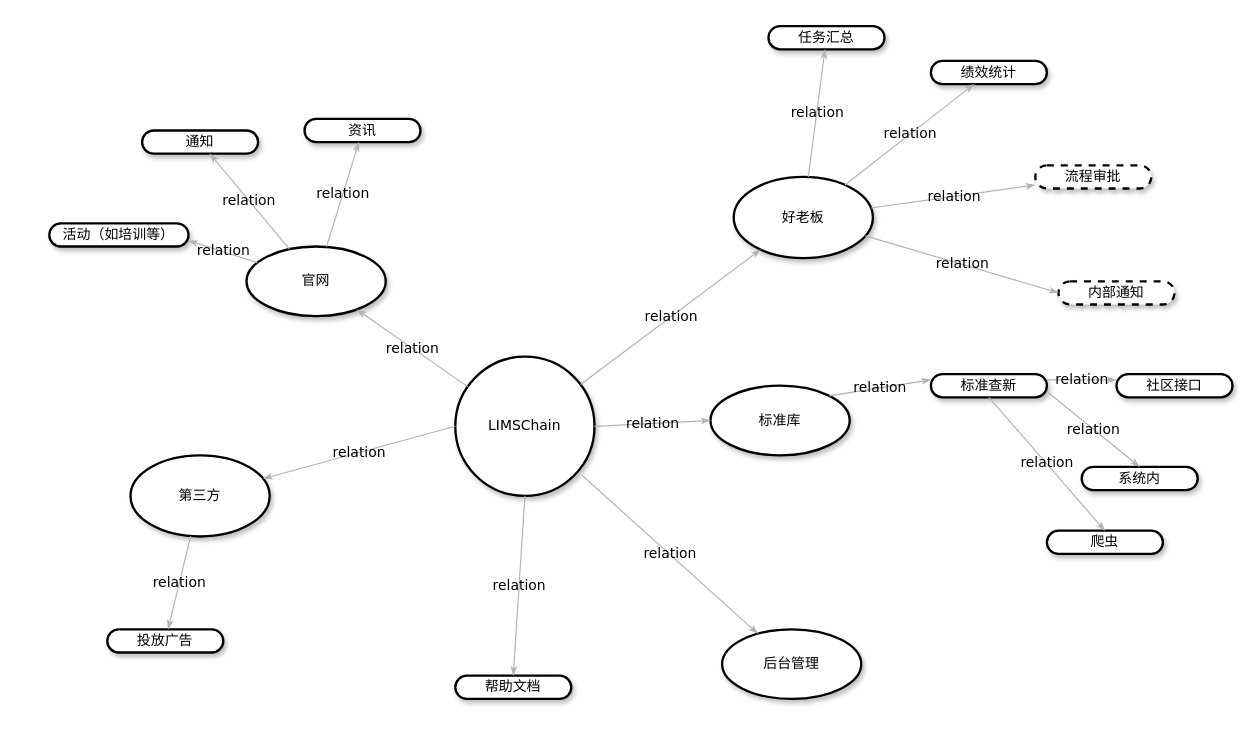
cnTailor/draw keeps this draw.io diagram as Untitled Diagram.drawio. Above is the earlier version. Source tidied: cells renumbered, new cells numbered last; positions are measured from the earlier drawing's top-left corner, leaving out a move shared by most shapes. Both pictures are drawn from the tidied source at 116%, with x=0, y=0 at pixel (49, 26).
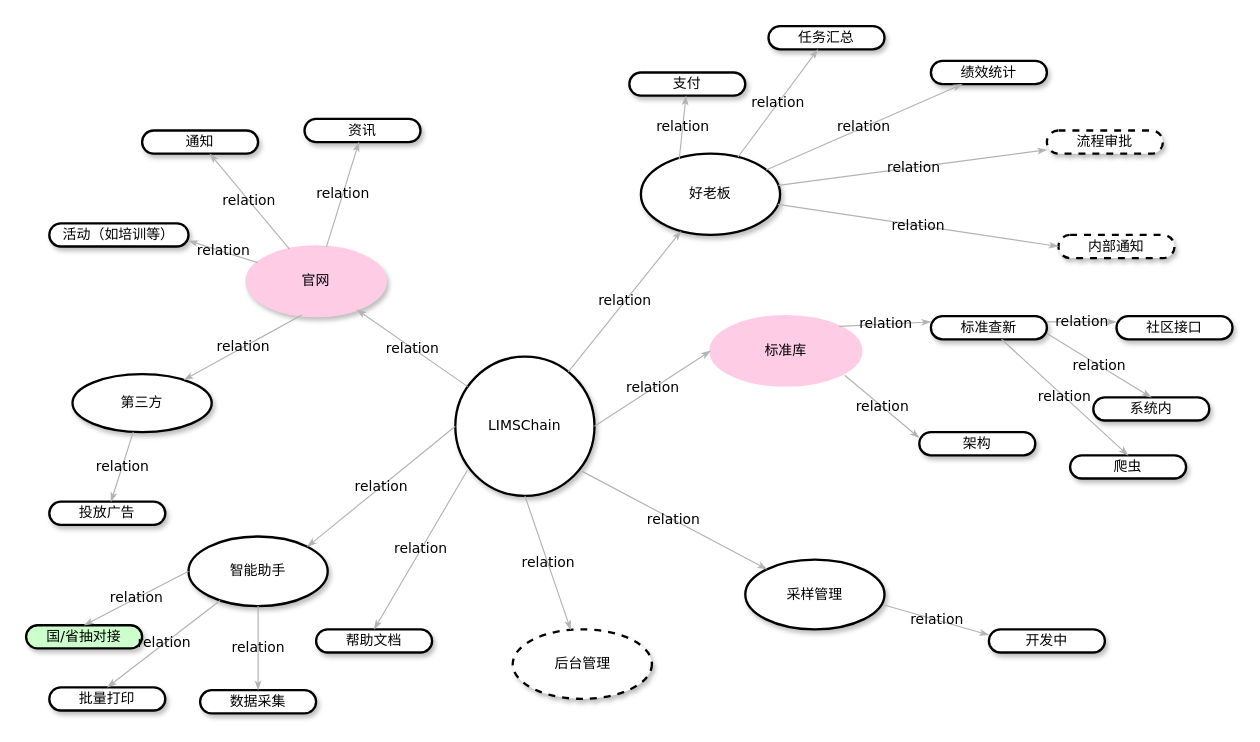
Above is the later version.

The change refers to these unchanged cells:
```xml
<mxCell id="5" value="LIMSChain" style="ellipse;whiteSpace=wrap;html=1;rounded=1;shadow=1;comic=0;labelBackgroundColor=none;strokeColor=#000000;strokeWidth=2;fillColor=#FFFFFF;fontFamily=Verdana;fontSize=12;fontColor=#000000;align=center;" parent="1" vertex="1">
  <mxGeometry x="350" y="285" width="120" height="120" as="geometry" />
</mxCell>
```

What changed in the source:
```diff
@@
-    <mxCell id="3" value="官网" style="ellipse;whiteSpace=wrap;html=1;rounded=1;shadow=1;comic=0;labelBackgroundColor=none;strokeColor=#000000;strokeWidth=2;fillColor=#FFFFFF;fontFamily=Verdana;fontSize=12;fontColor=#000000;align=center;" parent="1" vertex="1">
+    <mxCell id="3" value="官网" style="ellipse;whiteSpace=wrap;html=1;rounded=1;shadow=1;comic=0;labelBackgroundColor=none;strokeColor=#FFCCE6;strokeWidth=2;fillColor=#FFCCE6;fontFamily=Verdana;fontSize=12;fontColor=#000000;align=center;" parent="1" vertex="1">
       <mxGeometry x="170" y="190" width="120" height="60" as="geometry" />
     </mxCell>
     <mxCell id="4" value="&lt;span&gt;好老板&lt;/span&gt;" style="ellipse;whiteSpace=wrap;html=1;rounded=1;shadow=1;comic=0;labelBackgroundColor=none;strokeColor=#000000;strokeWidth=2;fillColor=#FFFFFF;fontFamily=Verdana;fontSize=12;fontColor=#000000;align=center;" parent="1" vertex="1">
-      <mxGeometry x="590" y="130" width="120" height="70" as="geometry" />
+      <mxGeometry x="510" y="110" width="120" height="70" as="geometry" />
     </mxCell>
@@
-    <mxCell id="6" value="标准库" style="ellipse;whiteSpace=wrap;html=1;rounded=1;shadow=1;comic=0;labelBackgroundColor=none;strokeColor=#000000;strokeWidth=2;fillColor=#FFFFFF;fontFamily=Verdana;fontSize=12;fontColor=#000000;align=center;" parent="1" vertex="1">
-      <mxGeometry x="570" y="310" width="120" height="60" as="geometry" />
+    <mxCell id="6" value="标准库" style="ellipse;whiteSpace=wrap;html=1;rounded=1;shadow=0;comic=0;labelBackgroundColor=none;strokeColor=#FFCCE6;strokeWidth=2;fillColor=#FFCCE6;fontFamily=Verdana;fontSize=12;fontColor=#000000;align=center;" parent="1" vertex="1">
+      <mxGeometry x="570" y="250" width="130" height="60" as="geometry" />
     </mxCell>
-    <mxCell id="7" value="后台管理" style="ellipse;whiteSpace=wrap;html=1;rounded=1;shadow=1;comic=0;labelBackgroundColor=none;strokeColor=#000000;strokeWidth=2;fillColor=#FFFFFF;fontFamily=Verdana;fontSize=12;fontColor=#000000;align=center;" parent="1" vertex="1">
-      <mxGeometry x="580" y="520" width="120" height="60" as="geometry" />
+    <mxCell id="7" value="后台管理" style="ellipse;whiteSpace=wrap;html=1;rounded=1;shadow=1;comic=0;labelBackgroundColor=none;strokeColor=#000000;strokeWidth=2;fillColor=#FFFFFF;fontFamily=Verdana;fontSize=12;fontColor=#000000;align=center;dashed=1;" parent="1" vertex="1">
+      <mxGeometry x="399.5" y="520" width="120" height="60" as="geometry" />
     </mxCell>
     <mxCell id="8" value="第三方" style="ellipse;whiteSpace=wrap;html=1;rounded=1;shadow=1;comic=0;labelBackgroundColor=none;strokeColor=#000000;strokeWidth=2;fillColor=#FFFFFF;fontFamily=Verdana;fontSize=12;fontColor=#000000;align=center;" parent="1" vertex="1">
-      <mxGeometry x="70" y="370" width="120" height="70" as="geometry" />
+      <mxGeometry x="20" y="300" width="120" height="50" as="geometry" />
     </mxCell>
@@
     <mxCell id="12" value="&lt;span&gt;流程审批&lt;/span&gt;" style="whiteSpace=wrap;html=1;rounded=1;shadow=1;comic=0;labelBackgroundColor=none;strokeColor=#000000;strokeWidth=2;fillColor=#FFFFFF;fontFamily=Verdana;fontSize=12;fontColor=#000000;align=center;arcSize=50;dashed=1;" parent="1" vertex="1">
-      <mxGeometry x="850" y="120" width="100" height="20" as="geometry" />
+      <mxGeometry x="860" y="90" width="100" height="20" as="geometry" />
     </mxCell>
     <mxCell id="13" value="内部通知" style="whiteSpace=wrap;html=1;rounded=1;shadow=1;comic=0;labelBackgroundColor=none;strokeColor=#000000;strokeWidth=2;fillColor=#FFFFFF;fontFamily=Verdana;fontSize=12;fontColor=#000000;align=center;arcSize=50;dashed=1;" parent="1" vertex="1">
-      <mxGeometry x="870" y="220" width="100" height="20" as="geometry" />
+      <mxGeometry x="870" y="180" width="100" height="20" as="geometry" />
     </mxCell>
@@
-    <mxCell id="18" value="relation" style="edgeStyle=none;rounded=1;html=1;labelBackgroundColor=none;startArrow=none;startFill=0;startSize=5;endArrow=classicThin;endFill=1;endSize=5;jettySize=auto;strokeColor=#B3B3B3;strokeWidth=1;fontFamily=Verdana;fontSize=12;fontColor=#000000;exitX=0;exitY=0.5;exitDx=0;exitDy=0;" parent="1" edge="1" source="5" target="8">
+    <mxCell id="18" value="relation" style="edgeStyle=none;rounded=1;html=1;labelBackgroundColor=none;startArrow=none;startFill=0;startSize=5;endArrow=classicThin;endFill=1;endSize=5;jettySize=auto;strokeColor=#B3B3B3;strokeWidth=1;fontFamily=Verdana;fontSize=12;fontColor=#000000;exitX=0.397;exitY=0.983;exitDx=0;exitDy=0;exitPerimeter=0;" parent="1" edge="1" source="3" target="8">
       <mxGeometry relative="1" as="geometry" />
     </mxCell>
@@
     <mxCell id="24" value="&lt;span&gt;投放广告&lt;/span&gt;" style="whiteSpace=wrap;html=1;rounded=1;shadow=1;comic=0;labelBackgroundColor=none;strokeColor=#000000;strokeWidth=2;fillColor=#FFFFFF;fontFamily=Verdana;fontSize=12;fontColor=#000000;align=center;arcSize=50;" parent="1" vertex="1">
-      <mxGeometry x="50" y="520" width="100" height="20" as="geometry" />
+      <mxGeometry y="410" width="100" height="20" as="geometry" />
     </mxCell>
@@
-    <mxCell id="28" value="relation" style="edgeStyle=none;rounded=1;html=1;labelBackgroundColor=none;startArrow=none;startFill=0;startSize=5;endArrow=classicThin;endFill=1;endSize=5;jettySize=auto;strokeColor=#B3B3B3;strokeWidth=1;fontFamily=Verdana;fontSize=12;fontColor=#000000;exitX=0.908;exitY=0.85;exitDx=0;exitDy=0;exitPerimeter=0;" parent="1" edge="1" source="5" target="7">
+    <mxCell id="28" value="relation" style="edgeStyle=none;rounded=1;html=1;labelBackgroundColor=none;startArrow=none;startFill=0;startSize=5;endArrow=classicThin;endFill=1;endSize=5;jettySize=auto;strokeColor=#B3B3B3;strokeWidth=1;fontFamily=Verdana;fontSize=12;fontColor=#000000;exitX=0.5;exitY=1;exitDx=0;exitDy=0;" parent="1" edge="1" source="5" target="7">
       <mxGeometry relative="1" as="geometry" />
     </mxCell>
     <mxCell id="29" value="&lt;span&gt;帮助文档&lt;/span&gt;" style="whiteSpace=wrap;html=1;rounded=1;shadow=1;comic=0;labelBackgroundColor=none;strokeColor=#000000;strokeWidth=2;fillColor=#FFFFFF;fontFamily=Verdana;fontSize=12;fontColor=#000000;align=center;arcSize=50;" parent="1" vertex="1">
-      <mxGeometry x="350" y="560" width="100" height="20" as="geometry" />
+      <mxGeometry x="230" y="520" width="100" height="20" as="geometry" />
     </mxCell>
-    <mxCell id="30" value="relation" style="edgeStyle=none;rounded=1;html=1;labelBackgroundColor=none;startArrow=none;startFill=0;startSize=5;endArrow=classicThin;endFill=1;endSize=5;jettySize=auto;strokeColor=#B3B3B3;strokeWidth=1;fontFamily=Verdana;fontSize=12;fontColor=#000000;exitX=0.5;exitY=1;exitDx=0;exitDy=0;entryX=0.5;entryY=0;entryDx=0;entryDy=0;" parent="1" edge="1" source="5" target="29">
+    <mxCell id="30" value="relation" style="edgeStyle=none;rounded=1;html=1;labelBackgroundColor=none;startArrow=none;startFill=0;startSize=5;endArrow=classicThin;endFill=1;endSize=5;jettySize=auto;strokeColor=#B3B3B3;strokeWidth=1;fontFamily=Verdana;fontSize=12;fontColor=#000000;exitX=0.086;exitY=0.817;exitDx=0;exitDy=0;entryX=0.5;entryY=0;entryDx=0;entryDy=0;exitPerimeter=0;" parent="1" edge="1" source="5" target="29">
       <mxGeometry relative="1" as="geometry" />
     </mxCell>
     <mxCell id="31" value="&lt;span&gt;标准查新&lt;/span&gt;" style="whiteSpace=wrap;html=1;rounded=1;shadow=1;comic=0;labelBackgroundColor=none;strokeColor=#000000;strokeWidth=2;fillColor=#FFFFFF;fontFamily=Verdana;fontSize=12;fontColor=#000000;align=center;arcSize=50;" parent="1" vertex="1">
-      <mxGeometry x="760" y="300" width="100" height="20" as="geometry" />
+      <mxGeometry x="760" y="250" width="100" height="20" as="geometry" />
     </mxCell>
@@
     <mxCell id="33" value="&lt;span&gt;社区接口&lt;/span&gt;" style="whiteSpace=wrap;html=1;rounded=1;shadow=1;comic=0;labelBackgroundColor=none;strokeColor=#000000;strokeWidth=2;fillColor=#FFFFFF;fontFamily=Verdana;fontSize=12;fontColor=#000000;align=center;arcSize=50;" parent="1" vertex="1">
-      <mxGeometry x="920" y="300" width="100" height="20" as="geometry" />
+      <mxGeometry x="920" y="250" width="100" height="20" as="geometry" />
     </mxCell>
@@
     <mxCell id="35" value="&lt;span&gt;系统内&lt;/span&gt;" style="whiteSpace=wrap;html=1;rounded=1;shadow=1;comic=0;labelBackgroundColor=none;strokeColor=#000000;strokeWidth=2;fillColor=#FFFFFF;fontFamily=Verdana;fontSize=12;fontColor=#000000;align=center;arcSize=50;" parent="1" vertex="1">
-      <mxGeometry x="890" y="380" width="100" height="20" as="geometry" />
+      <mxGeometry x="900" y="320" width="100" height="20" as="geometry" />
     </mxCell>
@@
     <mxCell id="37" value="&lt;span&gt;爬虫&lt;/span&gt;" style="whiteSpace=wrap;html=1;rounded=1;shadow=1;comic=0;labelBackgroundColor=none;strokeColor=#000000;strokeWidth=2;fillColor=#FFFFFF;fontFamily=Verdana;fontSize=12;fontColor=#000000;align=center;arcSize=50;" parent="1" vertex="1">
-      <mxGeometry x="860" y="435" width="100" height="20" as="geometry" />
+      <mxGeometry x="880" y="370" width="100" height="20" as="geometry" />
     </mxCell>
-    <mxCell id="38" value="relation" style="edgeStyle=none;rounded=1;html=1;labelBackgroundColor=none;startArrow=none;startFill=0;startSize=5;endArrow=classicThin;endFill=1;endSize=5;jettySize=auto;strokeColor=#B3B3B3;strokeWidth=1;fontFamily=Verdana;fontSize=12;fontColor=#000000;entryX=0.5;entryY=0;entryDx=0;entryDy=0;" parent="1" edge="1" target="37">
-      <mxGeometry relative="1" as="geometry">
-        <mxPoint x="810" y="320" as="sourcePoint" />
-      </mxGeometry>
+    <mxCell id="38" value="relation" style="edgeStyle=none;rounded=1;html=1;labelBackgroundColor=none;startArrow=none;startFill=0;startSize=5;endArrow=classicThin;endFill=1;endSize=5;jettySize=auto;strokeColor=#B3B3B3;strokeWidth=1;fontFamily=Verdana;fontSize=12;fontColor=#000000;entryX=0.5;entryY=0;entryDx=0;entryDy=0;" parent="1" edge="1" source="31" target="37">
+      <mxGeometry relative="1" as="geometry" />
     </mxCell>
+    <mxCell id="39" value="采样管理" style="ellipse;whiteSpace=wrap;html=1;rounded=1;shadow=1;comic=0;labelBackgroundColor=none;strokeColor=#000000;strokeWidth=2;fillColor=#FFFFFF;fontFamily=Verdana;fontSize=12;fontColor=#000000;align=center;" parent="1" vertex="1">
+      <mxGeometry x="600" y="460" width="120" height="60" as="geometry" />
+    </mxCell>
+    <mxCell id="40" value="relation" style="edgeStyle=none;rounded=1;html=1;labelBackgroundColor=none;startArrow=none;startFill=0;startSize=5;endArrow=classicThin;endFill=1;endSize=5;jettySize=auto;strokeColor=#B3B3B3;strokeWidth=1;fontFamily=Verdana;fontSize=12;fontColor=#000000;exitX=0.908;exitY=0.822;exitDx=0;exitDy=0;exitPerimeter=0;" parent="1" edge="1" source="5" target="39">
+      <mxGeometry relative="1" as="geometry" />
+    </mxCell>
+    <mxCell id="41" value="开发中" style="whiteSpace=wrap;html=1;rounded=1;shadow=1;comic=0;labelBackgroundColor=none;strokeColor=#000000;strokeWidth=2;fillColor=#FFFFFF;fontFamily=Verdana;fontSize=12;fontColor=#000000;align=center;arcSize=50;" parent="1" vertex="1">
+      <mxGeometry x="810" y="520" width="100" height="20" as="geometry" />
+    </mxCell>
+    <mxCell id="42" value="relation" style="edgeStyle=none;rounded=1;html=1;labelBackgroundColor=none;startArrow=none;startFill=0;startSize=5;endArrow=classicThin;endFill=1;endSize=5;jettySize=auto;strokeColor=#B3B3B3;strokeWidth=1;fontFamily=Verdana;fontSize=12;fontColor=#000000;entryX=0;entryY=0.25;entryDx=0;entryDy=0;exitX=0.997;exitY=0.65;exitDx=0;exitDy=0;exitPerimeter=0;" parent="1" edge="1" source="39" target="41">
+      <mxGeometry relative="1" as="geometry" />
+    </mxCell>
+    <mxCell id="43" value="&lt;span&gt;支付&lt;br&gt;&lt;/span&gt;" style="whiteSpace=wrap;html=1;rounded=1;shadow=1;comic=0;labelBackgroundColor=none;strokeColor=#000000;strokeWidth=2;fillColor=#FFFFFF;fontFamily=Verdana;fontSize=12;fontColor=#000000;align=center;arcSize=50;" parent="1" vertex="1">
+      <mxGeometry x="500" y="40" width="100" height="20" as="geometry" />
+    </mxCell>
+    <mxCell id="44" value="relation" style="edgeStyle=none;rounded=1;html=1;labelBackgroundColor=none;startArrow=none;startFill=0;startSize=5;endArrow=classicThin;endFill=1;endSize=5;jettySize=auto;strokeColor=#B3B3B3;strokeWidth=1;fontFamily=Verdana;fontSize=12;fontColor=#000000;exitX=0.275;exitY=0.071;exitDx=0;exitDy=0;exitPerimeter=0;" parent="1" edge="1" source="4" target="43">
+      <mxGeometry relative="1" as="geometry" />
+    </mxCell>
+    <mxCell id="45" value="智能助手" style="ellipse;whiteSpace=wrap;html=1;rounded=1;shadow=1;comic=0;labelBackgroundColor=none;strokeColor=#000000;strokeWidth=2;fillColor=#FFFFFF;fontFamily=Verdana;fontSize=12;fontColor=#000000;align=center;" parent="1" vertex="1">
+      <mxGeometry x="120" y="440" width="120" height="60" as="geometry" />
+    </mxCell>
+    <mxCell id="46" value="relation" style="edgeStyle=none;rounded=1;html=1;labelBackgroundColor=none;startArrow=none;startFill=0;startSize=5;endArrow=classicThin;endFill=1;endSize=5;jettySize=auto;strokeColor=#B3B3B3;strokeWidth=1;fontFamily=Verdana;fontSize=12;fontColor=#000000;exitX=0;exitY=0.5;exitDx=0;exitDy=0;entryX=1;entryY=0;entryDx=0;entryDy=0;" parent="1" edge="1" source="5" target="45">
+      <mxGeometry relative="1" as="geometry" />
+    </mxCell>
+    <mxCell id="47" value="&lt;span&gt;国/省抽对接&lt;/span&gt;" style="whiteSpace=wrap;html=1;rounded=1;shadow=1;comic=0;labelBackgroundColor=none;strokeColor=#000000;strokeWidth=2;fillColor=#CCFFCC;fontFamily=Verdana;fontSize=12;fontColor=#000000;align=center;arcSize=50;" parent="1" vertex="1">
+      <mxGeometry x="-20" y="516.5" width="100" height="20" as="geometry" />
+    </mxCell>
+    <mxCell id="48" value="relation" style="edgeStyle=none;rounded=1;html=1;labelBackgroundColor=none;startArrow=none;startFill=0;startSize=5;endArrow=classicThin;endFill=1;endSize=5;jettySize=auto;strokeColor=#B3B3B3;strokeWidth=1;fontFamily=Verdana;fontSize=12;fontColor=#000000;exitX=0;exitY=0.5;exitDx=0;exitDy=0;entryX=0.5;entryY=0;entryDx=0;entryDy=0;" parent="1" edge="1" source="45" target="47">
+      <mxGeometry relative="1" as="geometry" />
+    </mxCell>
+    <mxCell id="49" value="批量打印" style="whiteSpace=wrap;html=1;rounded=1;shadow=1;comic=0;labelBackgroundColor=none;strokeColor=#000000;strokeWidth=2;fillColor=#FFFFFF;fontFamily=Verdana;fontSize=12;fontColor=#000000;align=center;arcSize=50;" parent="1" vertex="1">
+      <mxGeometry y="570" width="100" height="20" as="geometry" />
+    </mxCell>
+    <mxCell id="50" value="relation" style="edgeStyle=none;rounded=1;html=1;labelBackgroundColor=none;startArrow=none;startFill=0;startSize=5;endArrow=classicThin;endFill=1;endSize=5;jettySize=auto;strokeColor=#B3B3B3;strokeWidth=1;fontFamily=Verdana;fontSize=12;fontColor=#000000;entryX=0.5;entryY=0;entryDx=0;entryDy=0;" parent="1" edge="1" source="45" target="49">
+      <mxGeometry relative="1" as="geometry" />
+    </mxCell>
+    <mxCell id="51" value="&lt;span&gt;数据采集&lt;/span&gt;" style="whiteSpace=wrap;html=1;rounded=1;shadow=1;comic=0;labelBackgroundColor=none;strokeColor=#000000;strokeWidth=2;fillColor=#FFFFFF;fontFamily=Verdana;fontSize=12;fontColor=#000000;align=center;arcSize=50;" parent="1" vertex="1">
+      <mxGeometry x="130" y="572.5" width="100" height="20" as="geometry" />
+    </mxCell>
+    <mxCell id="52" value="relation" style="edgeStyle=none;rounded=1;html=1;labelBackgroundColor=none;startArrow=none;startFill=0;startSize=5;endArrow=classicThin;endFill=1;endSize=5;jettySize=auto;strokeColor=#B3B3B3;strokeWidth=1;fontFamily=Verdana;fontSize=12;fontColor=#000000;exitX=0.5;exitY=1;exitDx=0;exitDy=0;entryX=0.5;entryY=0;entryDx=0;entryDy=0;" parent="1" edge="1" source="45" target="51">
+      <mxGeometry relative="1" as="geometry" />
+    </mxCell>
+    <mxCell id="53" value="&lt;span&gt;架构&lt;/span&gt;" style="whiteSpace=wrap;html=1;rounded=1;shadow=1;comic=0;labelBackgroundColor=none;strokeColor=#000000;strokeWidth=2;fillColor=#FFFFFF;fontFamily=Verdana;fontSize=12;fontColor=#000000;align=center;arcSize=50;" parent="1" vertex="1">
+      <mxGeometry x="750" y="350" width="100" height="20" as="geometry" />
+    </mxCell>
+    <mxCell id="54" value="relation" style="edgeStyle=none;rounded=1;html=1;labelBackgroundColor=none;startArrow=none;startFill=0;startSize=5;endArrow=classicThin;endFill=1;endSize=5;jettySize=auto;strokeColor=#B3B3B3;strokeWidth=1;fontFamily=Verdana;fontSize=12;fontColor=#000000;entryX=0;entryY=0.25;entryDx=0;entryDy=0;exitX=0.89;exitY=0.85;exitDx=0;exitDy=0;exitPerimeter=0;" parent="1" edge="1" source="6" target="53">
+      <mxGeometry relative="1" as="geometry" />
+    </mxCell>
```
